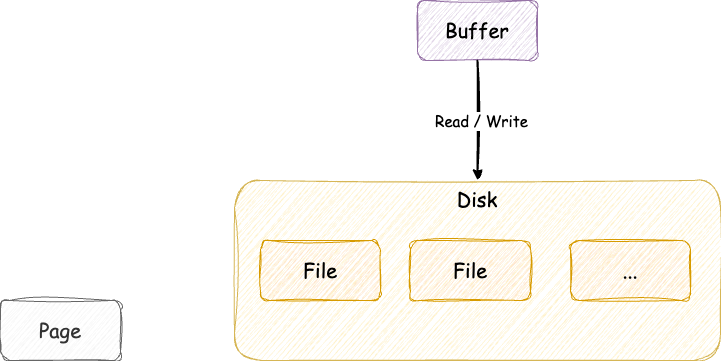
Earlier version of the draw.io export docs/architecture/architecture.drawio.png (ren-yamanashi/minesql). Source tidied: cells renumbered, new cells last; positions are measured from the earlier drawing's top-left corner, leaving out a move shared by most shapes. The source it was exported from:
```xml
<mxGraphModel>
  <root>
    <mxCell id="0" />
    <mxCell id="1" parent="0" />
    <mxCell id="2" value="&lt;font face=&quot;Comic Sans MS&quot;&gt;Disk&lt;/font&gt;" style="rounded=1;whiteSpace=wrap;html=1;sketch=1;curveFitting=1;jiggle=2;fontSize=20;horizontal=1;verticalAlign=top;fillColor=#fff2cc;strokeColor=#d6b656;" parent="1" vertex="1">
      <mxGeometry x="234" y="180" width="486" height="180" as="geometry" />
    </mxCell>
    <mxCell id="3" value="&lt;font face=&quot;Comic Sans MS&quot;&gt;Page&lt;/font&gt;" style="rounded=1;whiteSpace=wrap;html=1;sketch=1;curveFitting=1;jiggle=2;fontSize=20;fillColor=#f5f5f5;fontColor=#333333;strokeColor=#666666;" parent="1" vertex="1">
      <mxGeometry y="300" width="120" height="60" as="geometry" />
    </mxCell>
    <mxCell id="4" value="&lt;font face=&quot;Comic Sans MS&quot;&gt;File&lt;/font&gt;" style="rounded=1;whiteSpace=wrap;html=1;sketch=1;curveFitting=1;jiggle=2;fontSize=20;fillColor=#ffe6cc;strokeColor=#d79b00;" parent="1" vertex="1">
      <mxGeometry x="260" y="240" width="120" height="60" as="geometry" />
    </mxCell>
    <mxCell id="5" value="&lt;font face=&quot;Comic Sans MS&quot;&gt;Buffer&lt;/font&gt;" style="rounded=1;whiteSpace=wrap;html=1;sketch=1;curveFitting=1;jiggle=2;fontSize=20;fillColor=#e1d5e7;strokeColor=#9673a6;" parent="1" vertex="1">
      <mxGeometry x="417" width="120" height="60" as="geometry" />
    </mxCell>
    <mxCell id="6" style="endArrow=classic;html=1;sketch=1;curveFitting=1;jiggle=2;strokeWidth=2;" parent="1" edge="1" source="5" target="2">
      <mxGeometry relative="1" as="geometry" />
    </mxCell>
    <mxCell id="7" value="&lt;font face=&quot;Comic Sans MS&quot; style=&quot;font-size: 15px;&quot;&gt;Read / Write&lt;/font&gt;" style="edgeLabel;html=1;align=center;verticalAlign=middle;" parent="6" vertex="1">
      <mxGeometry x="-0.3" y="4" relative="1" as="geometry">
        <mxPoint x="-1" y="18" as="offset" />
      </mxGeometry>
    </mxCell>
    <mxCell id="8" value="&lt;font face=&quot;Comic Sans MS&quot;&gt;File&lt;br&gt;&lt;/font&gt;" style="rounded=1;whiteSpace=wrap;html=1;sketch=1;curveFitting=1;jiggle=2;fontSize=20;fillColor=#ffe6cc;strokeColor=#d79b00;" parent="1" vertex="1">
      <mxGeometry x="410" y="240" width="120" height="60" as="geometry" />
    </mxCell>
    <mxCell id="9" value="&lt;font face=&quot;Comic Sans MS&quot;&gt;...&lt;/font&gt;" style="rounded=1;whiteSpace=wrap;html=1;sketch=1;curveFitting=1;jiggle=2;fontSize=20;fillColor=#ffe6cc;strokeColor=#d79b00;" parent="1" vertex="1">
      <mxGeometry x="570" y="240" width="120" height="60" as="geometry" />
    </mxCell>
  </root>
</mxGraphModel>
```
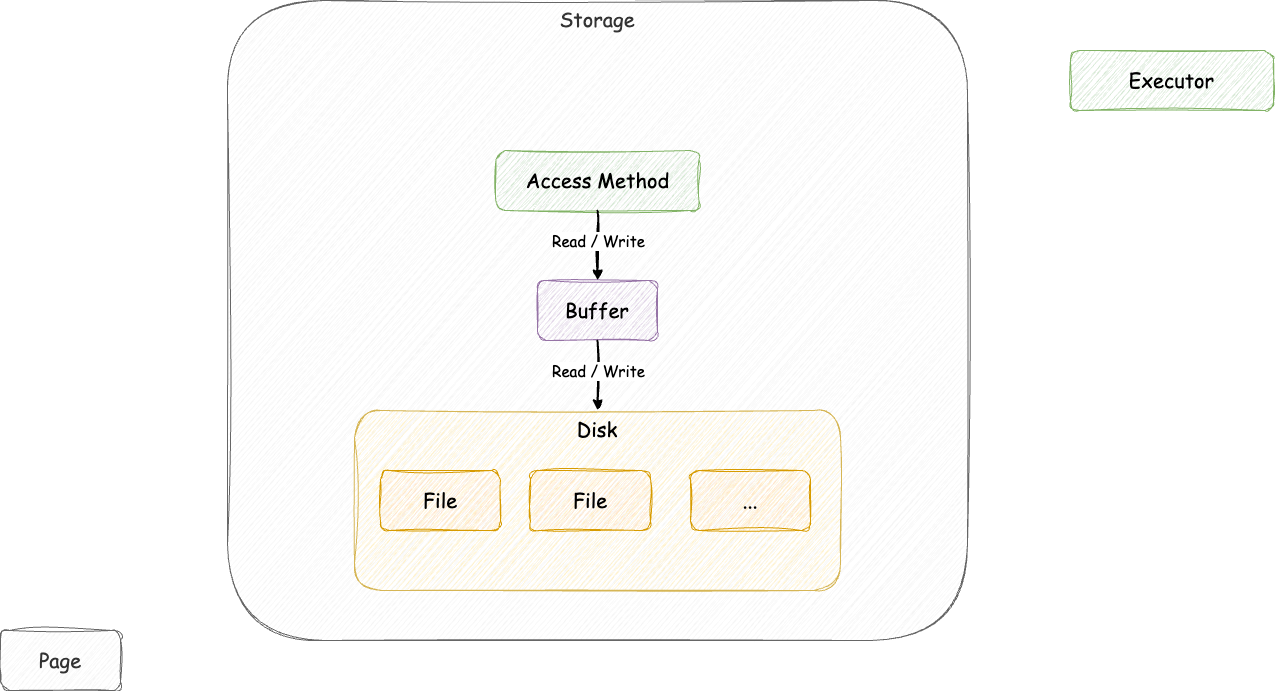
After the change.

The edit, as a diff of the source:
```diff
@@ -2,24 +2,27 @@
   <root>
     <mxCell id="0" />
     <mxCell id="1" parent="0" />
+    <mxCell id="10" value="&lt;font face=&quot;Comic Sans MS&quot;&gt;Storage&lt;/font&gt;" style="rounded=1;whiteSpace=wrap;html=1;sketch=1;curveFitting=1;jiggle=2;fontSize=20;fillColor=#f5f5f5;strokeColor=#666666;verticalAlign=top;fontColor=#333333;" parent="1" vertex="1">
+      <mxGeometry x="107" y="-230" width="740" height="640" as="geometry" />
+    </mxCell>
     <mxCell id="2" value="&lt;font face=&quot;Comic Sans MS&quot;&gt;Disk&lt;/font&gt;" style="rounded=1;whiteSpace=wrap;html=1;sketch=1;curveFitting=1;jiggle=2;fontSize=20;horizontal=1;verticalAlign=top;fillColor=#fff2cc;strokeColor=#d6b656;" parent="1" vertex="1">
       <mxGeometry x="234" y="180" width="486" height="180" as="geometry" />
     </mxCell>
     <mxCell id="3" value="&lt;font face=&quot;Comic Sans MS&quot;&gt;Page&lt;/font&gt;" style="rounded=1;whiteSpace=wrap;html=1;sketch=1;curveFitting=1;jiggle=2;fontSize=20;fillColor=#f5f5f5;fontColor=#333333;strokeColor=#666666;" parent="1" vertex="1">
-      <mxGeometry y="300" width="120" height="60" as="geometry" />
+      <mxGeometry x="-120" y="400" width="120" height="60" as="geometry" />
     </mxCell>
     <mxCell id="4" value="&lt;font face=&quot;Comic Sans MS&quot;&gt;File&lt;/font&gt;" style="rounded=1;whiteSpace=wrap;html=1;sketch=1;curveFitting=1;jiggle=2;fontSize=20;fillColor=#ffe6cc;strokeColor=#d79b00;" parent="1" vertex="1">
       <mxGeometry x="260" y="240" width="120" height="60" as="geometry" />
     </mxCell>
     <mxCell id="5" value="&lt;font face=&quot;Comic Sans MS&quot;&gt;Buffer&lt;/font&gt;" style="rounded=1;whiteSpace=wrap;html=1;sketch=1;curveFitting=1;jiggle=2;fontSize=20;fillColor=#e1d5e7;strokeColor=#9673a6;" parent="1" vertex="1">
-      <mxGeometry x="417" width="120" height="60" as="geometry" />
+      <mxGeometry x="417" y="50" width="120" height="60" as="geometry" />
     </mxCell>
     <mxCell id="6" style="endArrow=classic;html=1;sketch=1;curveFitting=1;jiggle=2;strokeWidth=2;" parent="1" edge="1" source="5" target="2">
       <mxGeometry relative="1" as="geometry" />
     </mxCell>
     <mxCell id="7" value="&lt;font face=&quot;Comic Sans MS&quot; style=&quot;font-size: 15px;&quot;&gt;Read / Write&lt;/font&gt;" style="edgeLabel;html=1;align=center;verticalAlign=middle;" parent="6" vertex="1">
       <mxGeometry x="-0.3" y="4" relative="1" as="geometry">
-        <mxPoint x="-1" y="18" as="offset" />
+        <mxPoint x="-4" y="5" as="offset" />
       </mxGeometry>
     </mxCell>
     <mxCell id="8" value="&lt;font face=&quot;Comic Sans MS&quot;&gt;File&lt;br&gt;&lt;/font&gt;" style="rounded=1;whiteSpace=wrap;html=1;sketch=1;curveFitting=1;jiggle=2;fontSize=20;fillColor=#ffe6cc;strokeColor=#d79b00;" parent="1" vertex="1">
@@ -28,5 +31,19 @@
     <mxCell id="9" value="&lt;font face=&quot;Comic Sans MS&quot;&gt;...&lt;/font&gt;" style="rounded=1;whiteSpace=wrap;html=1;sketch=1;curveFitting=1;jiggle=2;fontSize=20;fillColor=#ffe6cc;strokeColor=#d79b00;" parent="1" vertex="1">
       <mxGeometry x="570" y="240" width="120" height="60" as="geometry" />
     </mxCell>
+    <mxCell id="11" value="&lt;font face=&quot;Comic Sans MS&quot;&gt;Access Method&lt;/font&gt;" style="rounded=1;whiteSpace=wrap;html=1;sketch=1;curveFitting=1;jiggle=2;fontSize=20;fillColor=#d5e8d4;strokeColor=#82b366;" parent="1" vertex="1">
+      <mxGeometry x="375.5" y="-80" width="203" height="60" as="geometry" />
+    </mxCell>
+    <mxCell id="12" style="endArrow=classic;html=1;sketch=1;curveFitting=1;jiggle=2;strokeWidth=2;" parent="1" edge="1" source="11" target="5">
+      <mxGeometry relative="1" as="geometry" />
+    </mxCell>
+    <mxCell id="13" value="&lt;font face=&quot;Comic Sans MS&quot; style=&quot;font-size: 15px;&quot;&gt;Read / Write&lt;/font&gt;" style="edgeLabel;html=1;align=center;verticalAlign=middle;" parent="12" vertex="1">
+      <mxGeometry x="-0.3" y="4" relative="1" as="geometry">
+        <mxPoint x="-4" y="5" as="offset" />
+      </mxGeometry>
+    </mxCell>
+    <mxCell id="14" value="&lt;font face=&quot;Comic Sans MS&quot;&gt;Executor&lt;/font&gt;" style="rounded=1;whiteSpace=wrap;html=1;sketch=1;curveFitting=1;jiggle=2;fontSize=20;fillColor=#d5e8d4;strokeColor=#82b366;" parent="1" vertex="1">
+      <mxGeometry x="950" y="-180" width="203" height="60" as="geometry" />
+    </mxCell>
   </root>
 </mxGraphModel>
```
